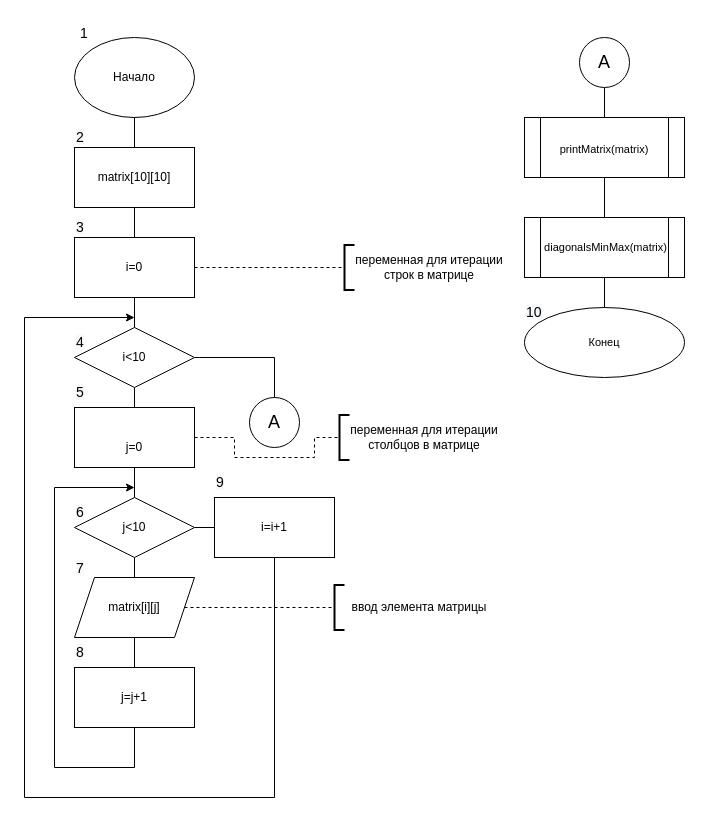
This is page "Page-1" (1 of 3) of Untitled Diagram.drawio from Maquim4/repository_for_challenge, a draw.io file, before an edit. Source tidied: cells renumbered, new cells numbered last; positions are measured from the earlier drawing's top-left corner, leaving out a move shared by most shapes. Both pictures are drawn from the tidied source at 100%, with x=0, y=0 at pixel (24, 17).
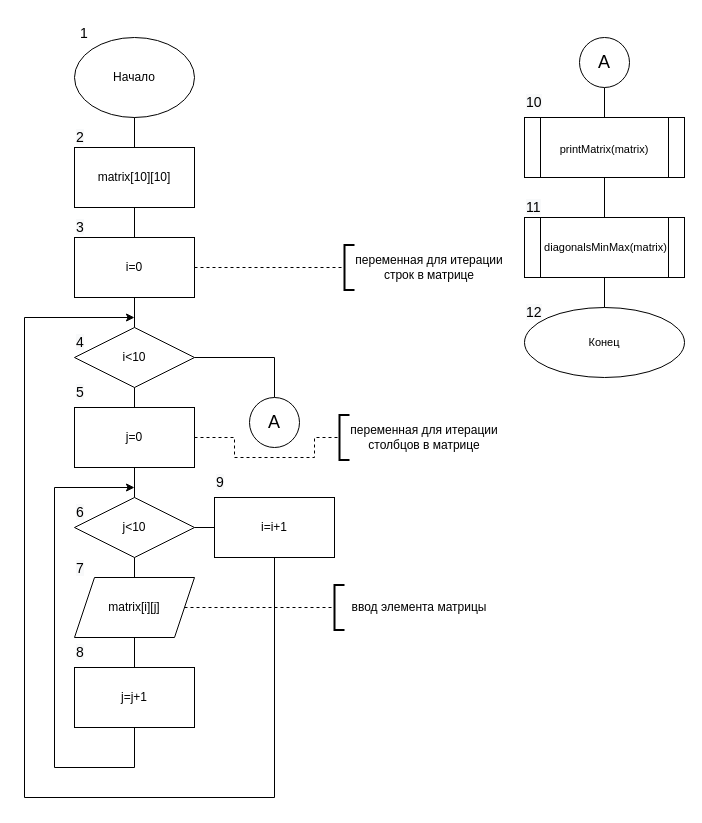
The same diagram, later.

Diff of the diagram source:
```diff
@@
     <mxCell id="9" value="j=0" style="text;html=1;strokeColor=none;fillColor=none;align=center;verticalAlign=middle;whiteSpace=wrap;rounded=0;" parent="1" vertex="1">
-      <mxGeometry x="80" y="415" width="60" height="30" as="geometry" />
+      <mxGeometry x="80" y="405" width="60" height="30" as="geometry" />
     </mxCell>
@@
-    <mxCell id="40" value="&lt;span style=&quot;color: rgb(0, 0, 0); font-family: Helvetica; font-size: 14px; font-style: normal; font-variant-ligatures: normal; font-variant-caps: normal; font-weight: 400; letter-spacing: normal; orphans: 2; text-align: center; text-indent: 0px; text-transform: none; widows: 2; word-spacing: 0px; -webkit-text-stroke-width: 0px; background-color: rgb(248, 249, 250); text-decoration-thickness: initial; text-decoration-style: initial; text-decoration-color: initial; float: none; display: inline !important;&quot;&gt;10&lt;/span&gt;" style="text;whiteSpace=wrap;html=1;fontSize=14;" parent="1" vertex="1">
+    <mxCell id="40" value="&lt;span style=&quot;color: rgb(0, 0, 0); font-family: Helvetica; font-size: 14px; font-style: normal; font-variant-ligatures: normal; font-variant-caps: normal; font-weight: 400; letter-spacing: normal; orphans: 2; text-align: center; text-indent: 0px; text-transform: none; widows: 2; word-spacing: 0px; -webkit-text-stroke-width: 0px; background-color: rgb(248, 249, 250); text-decoration-thickness: initial; text-decoration-style: initial; text-decoration-color: initial; float: none; display: inline !important;&quot;&gt;12&lt;/span&gt;" style="text;whiteSpace=wrap;html=1;fontSize=14;" parent="1" vertex="1">
       <mxGeometry x="500" y="280" width="40" height="40" as="geometry" />
     </mxCell>
@@
+    <mxCell id="52" value="&lt;span style=&quot;color: rgb(0, 0, 0); font-family: Helvetica; font-size: 14px; font-style: normal; font-variant-ligatures: normal; font-variant-caps: normal; font-weight: 400; letter-spacing: normal; orphans: 2; text-align: center; text-indent: 0px; text-transform: none; widows: 2; word-spacing: 0px; -webkit-text-stroke-width: 0px; background-color: rgb(248, 249, 250); text-decoration-thickness: initial; text-decoration-style: initial; text-decoration-color: initial; float: none; display: inline !important;&quot;&gt;10&lt;/span&gt;" style="text;whiteSpace=wrap;html=1;fontSize=14;" parent="1" vertex="1">
+      <mxGeometry x="500" y="70" width="40" height="40" as="geometry" />
+    </mxCell>
+    <mxCell id="53" value="&lt;span style=&quot;color: rgb(0, 0, 0); font-family: Helvetica; font-size: 14px; font-style: normal; font-variant-ligatures: normal; font-variant-caps: normal; font-weight: 400; letter-spacing: normal; orphans: 2; text-align: center; text-indent: 0px; text-transform: none; widows: 2; word-spacing: 0px; -webkit-text-stroke-width: 0px; background-color: rgb(248, 249, 250); text-decoration-thickness: initial; text-decoration-style: initial; text-decoration-color: initial; float: none; display: inline !important;&quot;&gt;11&lt;/span&gt;" style="text;whiteSpace=wrap;html=1;fontSize=14;" parent="1" vertex="1">
+      <mxGeometry x="500" y="175" width="40" height="40" as="geometry" />
+    </mxCell>
```
